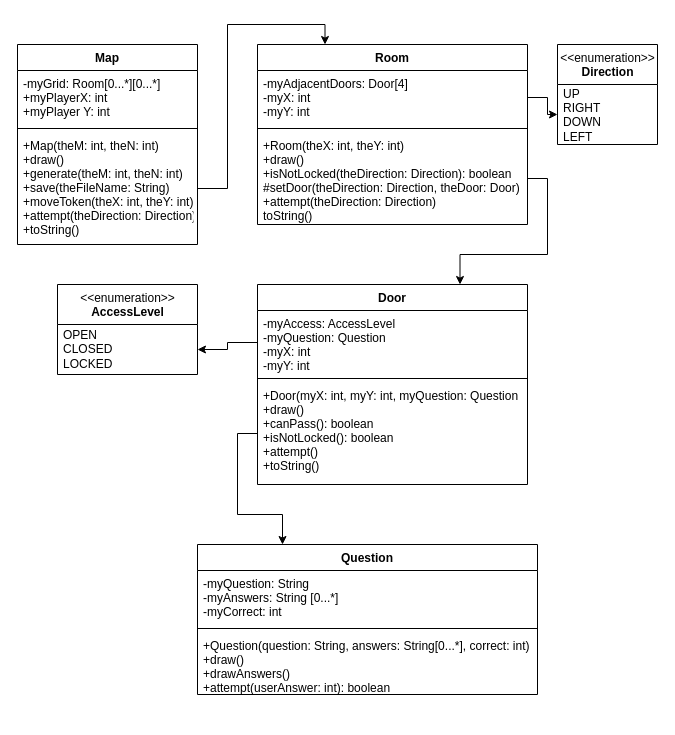
This is page "Map" (2 of 4) of TriviaMazeUML.drawio from mperez68/TriviaMaze, a draw.io file, before an edit. Source tidied: cells renumbered, new cells numbered last; positions are measured from the earlier drawing's top-left corner, leaving out a move shared by most shapes. Both pictures are drawn from the tidied source at 100%, with x=0, y=0 at pixel (17, 44).
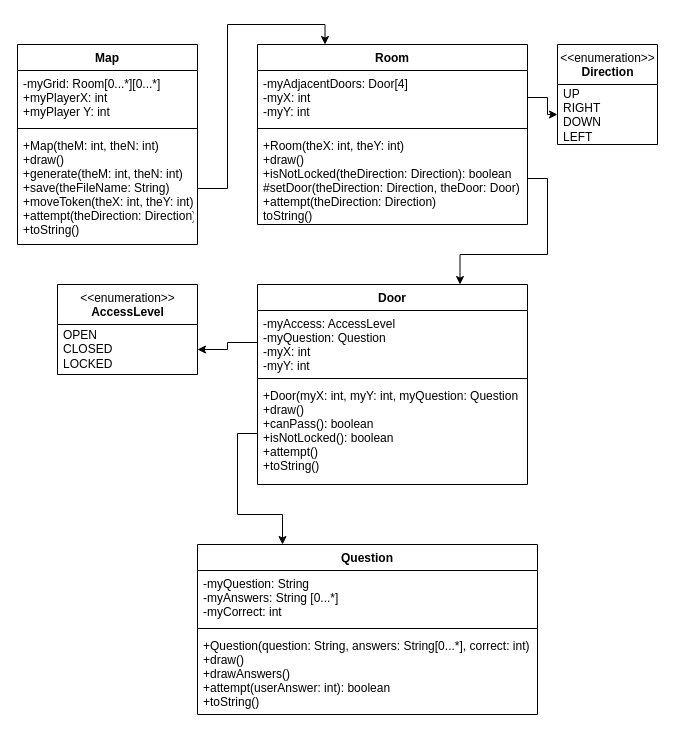
The same diagram, later.

What changed in the source:
```diff
@@
     <mxCell id="22" value="Question" style="swimlane;fontStyle=1;align=center;verticalAlign=top;horizontal=1;startSize=26;" parent="1" vertex="1">
-      <mxGeometry x="180" y="500" width="340" height="150" as="geometry" />
+      <mxGeometry x="180" y="500" width="340" height="170" as="geometry" />
     </mxCell>
@@
-    <mxCell id="25" value="+Question(question: String, answers: String[0...*], correct: int)&#10;+draw()&#10;+drawAnswers()&#10;+attempt(userAnswer: int): boolean" style="text;strokeColor=none;fillColor=none;align=left;verticalAlign=top;spacingLeft=4;spacingRight=4;overflow=hidden;" parent="22" vertex="1">
-      <mxGeometry y="88" width="340" height="62" as="geometry" />
+    <mxCell id="25" value="+Question(question: String, answers: String[0...*], correct: int)&#10;+draw()&#10;+drawAnswers()&#10;+attempt(userAnswer: int): boolean&#10;+toString()" style="text;strokeColor=none;fillColor=none;align=left;verticalAlign=top;spacingLeft=4;spacingRight=4;overflow=hidden;" parent="22" vertex="1">
+      <mxGeometry y="88" width="340" height="82" as="geometry" />
     </mxCell>
```
